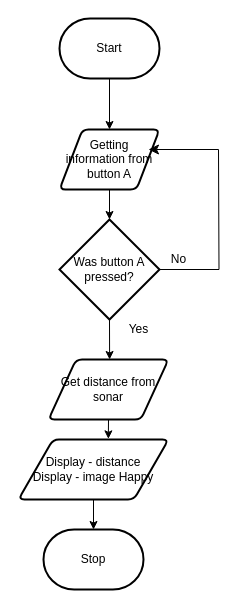
Before: design/flowchart.drawio in MTHS-TEJ2O-1-2023/TEJ2O-Unit-5-06-ihor-chernyshev, a draw.io diagram. Source tidied: cells renumbered, new cells numbered last; positions are measured from the earlier drawing's top-left corner, leaving out a move shared by most shapes. Both pictures are drawn from the tidied source at 100%, with x=0, y=0 at pixel (18, 18).
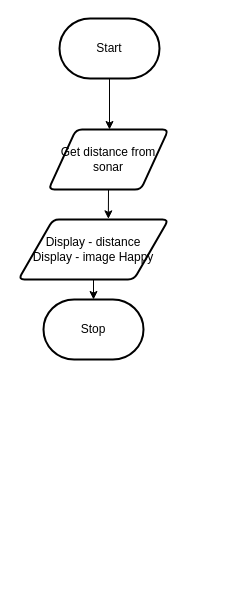
The same diagram, later.

Diff of the diagram source:
```diff
@@
 <mxGraphModel>
   <root>
     <mxCell id="0" />
     <mxCell id="1" parent="0" />
-    <mxCell id="2" style="edgeStyle=none;html=1;exitX=0.5;exitY=1;exitDx=0;exitDy=0;exitPerimeter=0;entryX=0.5;entryY=0;entryDx=0;entryDy=0;" parent="1" edge="1" source="3" target="6">
-      <mxGeometry relative="1" as="geometry" />
+    <mxCell id="2" style="edgeStyle=none;html=1;exitX=0.5;exitY=1;exitDx=0;exitDy=0;exitPerimeter=0;entryX=0.5;entryY=0;entryDx=0;entryDy=0;" parent="1" edge="1" source="3">
+      <mxGeometry relative="1" as="geometry">
+        <mxPoint x="91" y="111" as="targetPoint" />
+      </mxGeometry>
     </mxCell>
     <mxCell id="3" value="Start" style="strokeWidth=2;html=1;shape=mxgraph.flowchart.terminator;whiteSpace=wrap;" parent="1" vertex="1">
       <mxGeometry x="41" width="100" height="60" as="geometry" />
     </mxCell>
     <mxCell id="4" value="Stop" style="strokeWidth=2;html=1;shape=mxgraph.flowchart.terminator;whiteSpace=wrap;" parent="1" vertex="1">
-      <mxGeometry x="25" y="511" width="100" height="60" as="geometry" />
+      <mxGeometry x="25" y="281" width="100" height="60" as="geometry" />
     </mxCell>
-    <mxCell id="5" style="edgeStyle=none;html=1;exitX=0.5;exitY=1;exitDx=0;exitDy=0;" parent="1" edge="1" source="6" target="9">
-      <mxGeometry relative="1" as="geometry" />
-    </mxCell>
-    <mxCell id="6" value="Getting information from button A" style="shape=parallelogram;html=1;strokeWidth=2;perimeter=parallelogramPerimeter;whiteSpace=wrap;rounded=1;arcSize=12;size=0.23;" parent="1" vertex="1">
-      <mxGeometry x="41" y="111" width="100" height="60" as="geometry" />
-    </mxCell>
-    <mxCell id="7" style="edgeStyle=orthogonalEdgeStyle;html=1;exitX=1;exitY=0.5;exitDx=0;exitDy=0;exitPerimeter=0;rounded=0;endArrow=none;endFill=0;" parent="1" edge="1" source="9">
-      <mxGeometry relative="1" as="geometry">
-        <mxPoint x="200" y="131" as="targetPoint" />
-      </mxGeometry>
-    </mxCell>
-    <mxCell id="8" style="edgeStyle=none;rounded=0;html=1;exitX=0.5;exitY=1;exitDx=0;exitDy=0;exitPerimeter=0;endArrow=classic;endFill=1;" parent="1" edge="1" source="9">
-      <mxGeometry relative="1" as="geometry">
-        <mxPoint x="91.1" y="341" as="targetPoint" />
-      </mxGeometry>
-    </mxCell>
-    <mxCell id="9" value="Was button A pressed?" style="strokeWidth=2;html=1;shape=mxgraph.flowchart.decision;whiteSpace=wrap;" parent="1" vertex="1">
-      <mxGeometry x="41" y="201" width="100" height="100" as="geometry" />
-    </mxCell>
-    <mxCell id="10" style="endArrow=classic;html=1;rounded=0;endSize=8;startSize=8;sourcePerimeterSpacing=0;targetPerimeterSpacing=0;" parent="1" edge="1">
-      <mxGeometry relative="1" as="geometry">
-        <mxPoint x="200" y="131" as="sourcePoint" />
-        <mxPoint x="130" y="131" as="targetPoint" />
-      </mxGeometry>
-    </mxCell>
-    <mxCell id="11" value="No" style="text;html=1;align=center;verticalAlign=middle;strokeColor=none;fillColor=none;" parent="1" vertex="1">
-      <mxGeometry x="140" y="226" width="40" height="30" as="geometry" />
-    </mxCell>
-    <mxCell id="12" value="Yes" style="text;html=1;align=center;verticalAlign=middle;strokeColor=none;fillColor=none;" parent="1" vertex="1">
-      <mxGeometry x="100" y="296" width="40" height="30" as="geometry" />
-    </mxCell>
     <mxCell id="13" style="edgeStyle=none;rounded=0;html=1;exitX=0.5;exitY=1;exitDx=0;exitDy=0;entryX=0.599;entryY=-0.011;entryDx=0;entryDy=0;entryPerimeter=0;endArrow=classic;endFill=1;" parent="1" edge="1" source="14" target="16">
       <mxGeometry relative="1" as="geometry" />
     </mxCell>
     <mxCell id="14" value="Get distance from sonar" style="shape=parallelogram;html=1;strokeWidth=2;perimeter=parallelogramPerimeter;whiteSpace=wrap;rounded=1;arcSize=12;size=0.23;" parent="1" vertex="1">
-      <mxGeometry x="30" y="341" width="120" height="60" as="geometry" />
+      <mxGeometry x="30" y="111" width="120" height="60" as="geometry" />
     </mxCell>
     <mxCell id="15" style="edgeStyle=none;rounded=0;html=1;exitX=0.5;exitY=1;exitDx=0;exitDy=0;entryX=0.5;entryY=0;entryDx=0;entryDy=0;entryPerimeter=0;endArrow=classic;endFill=1;" parent="1" edge="1" source="16" target="4">
       <mxGeometry relative="1" as="geometry" />
     </mxCell>
     <mxCell id="16" value="Display - distance&lt;br&gt;Display - image Happy" style="shape=parallelogram;html=1;strokeWidth=2;perimeter=parallelogramPerimeter;whiteSpace=wrap;rounded=1;arcSize=12;size=0.23;" parent="1" vertex="1">
-      <mxGeometry y="421" width="150" height="60" as="geometry" />
+      <mxGeometry y="201" width="150" height="60" as="geometry" />
     </mxCell>
   </root>
 </mxGraphModel>
```
